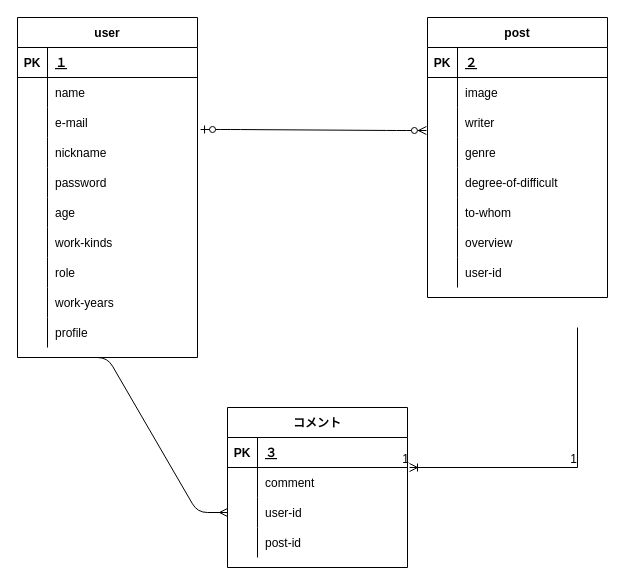
The draw.io diagram er.dio in kaji0913/original_app, before the edit. Source tidied: cells renumbered, new cells numbered last; positions are measured from the earlier drawing's top-left corner, leaving out a move shared by most shapes. Both pictures are drawn from the tidied source at 100%, with x=0, y=0 at pixel (17, 17).
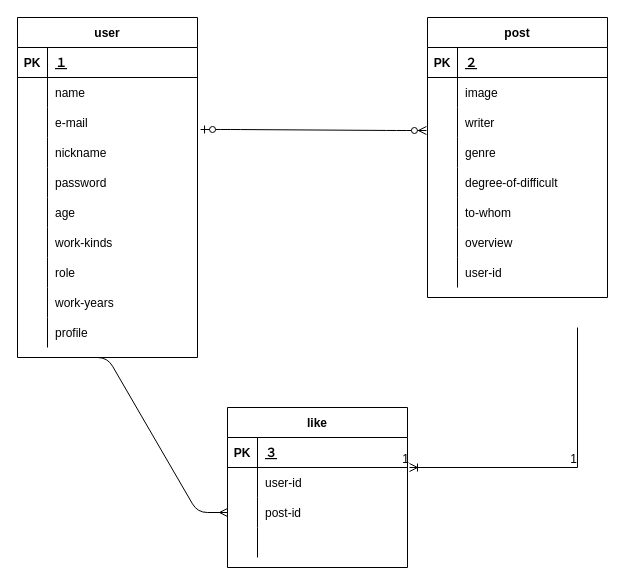
The same diagram, later.

Unchanged cells that the change refers to:
```xml
<mxCell id="62" style="shape=partialRectangle;fillColor=none;top=0;left=0;bottom=0;right=0;" parent="58" vertex="1">
  <mxGeometry y="60" width="180" height="30" as="geometry" />
</mxCell>
<mxCell id="65" style="shape=partialRectangle;fillColor=none;top=0;left=0;bottom=0;right=0;points=[[0,0.5],[1,0.5]];portConstraint=eastwest;" parent="58" vertex="1">
  <mxGeometry y="90" width="180" height="30" as="geometry" />
</mxCell>
<mxCell id="68" style="shape=partialRectangle;fillColor=none;top=0;left=0;bottom=0;right=0;" parent="58" vertex="1">
  <mxGeometry y="120" width="180" height="30" as="geometry" />
</mxCell>
```

Change to the diagram source:
```diff
@@
-    <mxCell id="58" value="コメント" style="shape=table;startSize=30;childLayout=tableLayout;rowLines=0;fontStyle=1;align=center;" parent="1" vertex="1">
+    <mxCell id="58" value="like" style="shape=table;startSize=30;childLayout=tableLayout;rowLines=0;fontStyle=1;align=center;" parent="1" vertex="1">
       <mxGeometry x="210" y="390" width="180" height="160" as="geometry" />
     </mxCell>
@@
-    <mxCell id="64" value="comment" style="shape=partialRectangle;fillColor=none;top=0;left=0;bottom=0;right=0;align=left;spacingLeft=6;overflow=hidden;" parent="62" vertex="1">
+    <mxCell id="64" value="user-id" style="shape=partialRectangle;fillColor=none;top=0;left=0;bottom=0;right=0;align=left;spacingLeft=6;overflow=hidden;" parent="62" vertex="1">
       <mxGeometry x="30" width="150" height="30" as="geometry" />
     </mxCell>
@@
-    <mxCell id="67" value="user-id" style="shape=partialRectangle;fillColor=none;top=0;left=0;bottom=0;right=0;align=left;spacingLeft=6;overflow=hidden;" parent="65" vertex="1">
+    <mxCell id="67" value="post-id" style="shape=partialRectangle;fillColor=none;top=0;left=0;bottom=0;right=0;align=left;spacingLeft=6;overflow=hidden;" parent="65" vertex="1">
       <mxGeometry x="30" width="150" height="30" as="geometry" />
     </mxCell>
@@
-    <mxCell id="70" value="post-id" style="shape=partialRectangle;fillColor=none;top=0;left=0;bottom=0;right=0;align=left;spacingLeft=6;overflow=hidden;" parent="68" vertex="1">
+    <mxCell id="70" style="shape=partialRectangle;fillColor=none;top=0;left=0;bottom=0;right=0;align=left;spacingLeft=6;overflow=hidden;" parent="68" vertex="1">
       <mxGeometry x="30" width="150" height="30" as="geometry" />
     </mxCell>
```
